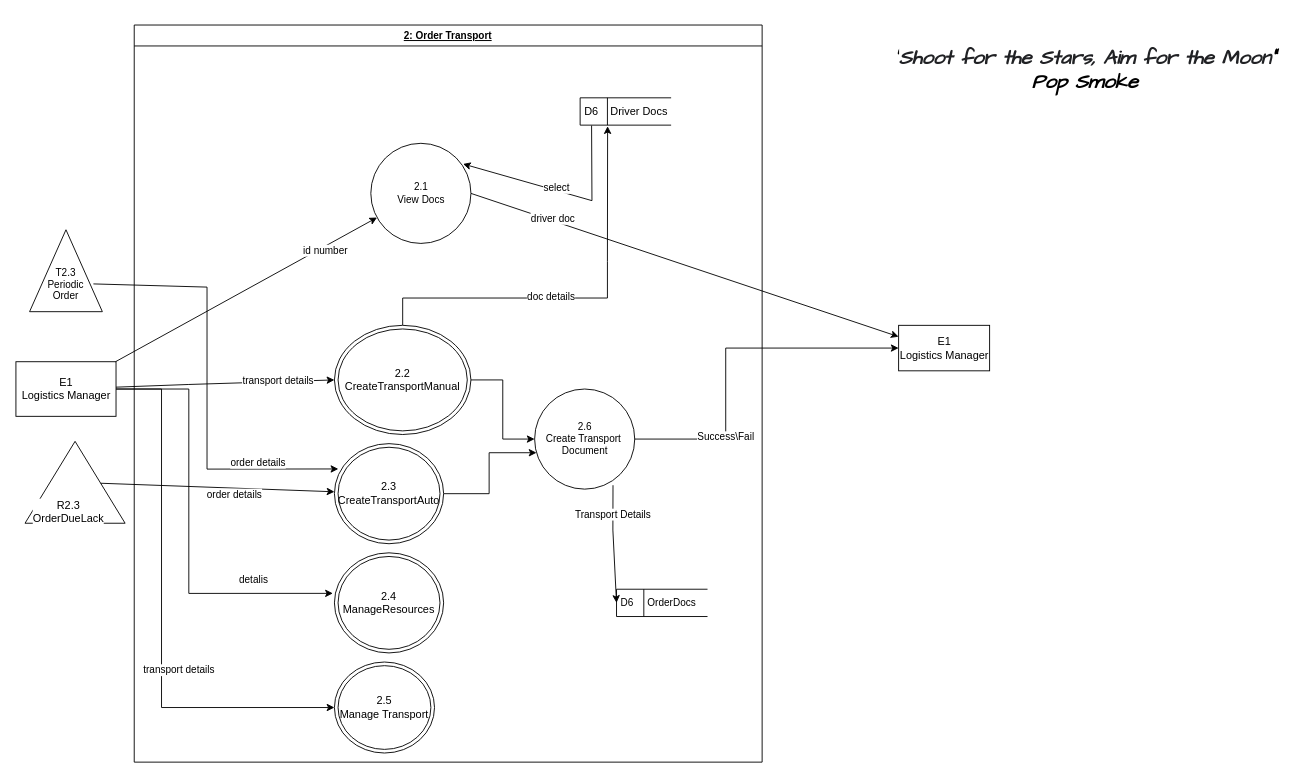
This is page "2" (1 of 6) of docs/DFD/DFDTransport.drawio from Naveavra/Market, a draw.io file, before an edit. Source tidied: cells renumbered, new cells numbered last; positions are measured from the earlier drawing's top-left corner, leaving out a move shared by most shapes. Both pictures are drawn from the tidied source at 91%, with x=0, y=0 at pixel (15, 15).
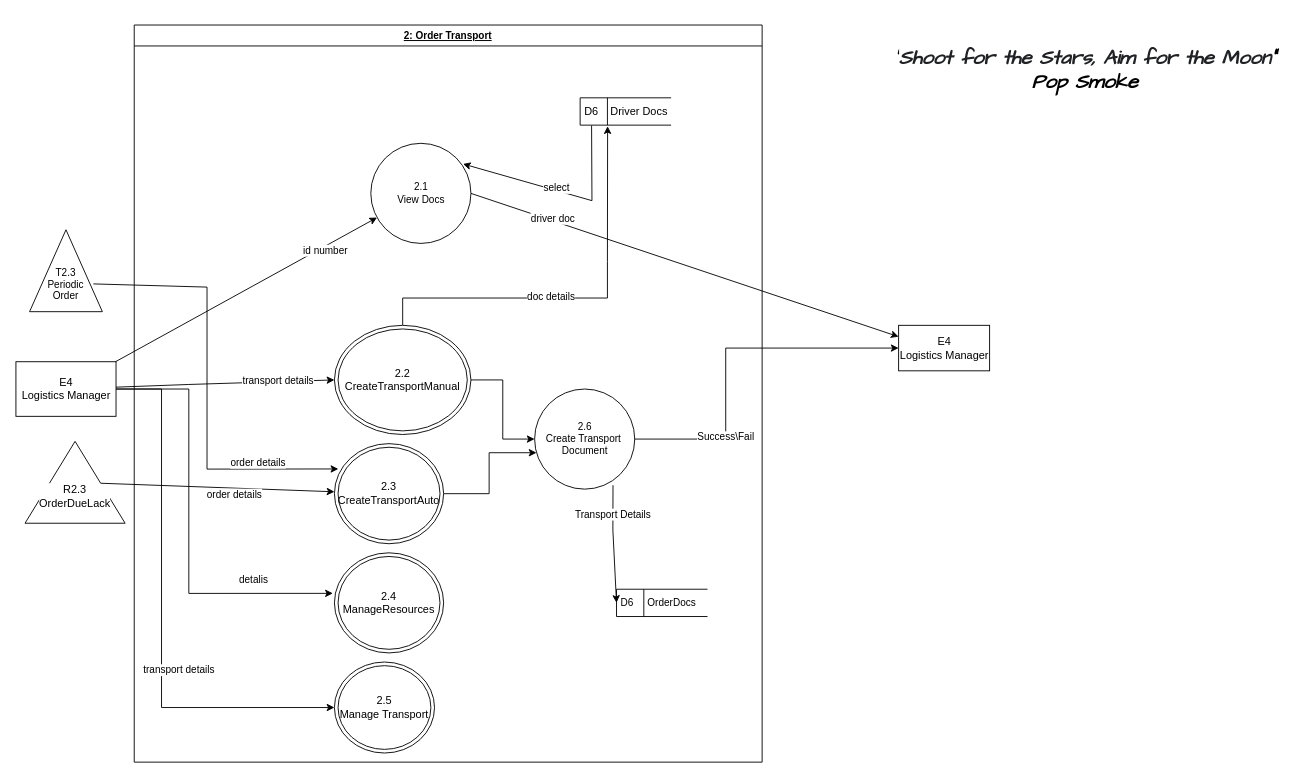
The same diagram, later.

What changed in the source:
```diff
@@
-    <mxCell id="5" value="E1&lt;br&gt;Logistics Manager" style="html=1;" parent="1" vertex="1">
+    <mxCell id="5" value="E4&lt;br&gt;Logistics Manager" style="html=1;" parent="1" vertex="1">
       <mxGeometry y="380" width="110" height="60" as="geometry" />
     </mxCell>
@@
-    <mxCell id="11" value="E1&lt;br&gt;Logistics Manager" style="html=1;dashed=0;whitespace=wrap;" parent="1" vertex="1">
+    <mxCell id="11" value="E4&lt;br&gt;Logistics Manager" style="html=1;dashed=0;whitespace=wrap;" parent="1" vertex="1">
       <mxGeometry x="970" y="340" width="100" height="50" as="geometry" />
     </mxCell>
@@
     <mxCell id="39" value="R2.3&lt;br&gt;OrderDueLack" style="text;html=1;strokeColor=none;fillColor=none;align=center;verticalAlign=middle;whiteSpace=wrap;rounded=0;labelBackgroundColor=#FFFFFF;" parent="1" vertex="1">
-      <mxGeometry x="18.8" y="527.5" width="77.5" height="35" as="geometry" />
+      <mxGeometry x="26.2" y="510" width="77.5" height="35" as="geometry" />
     </mxCell>
```
